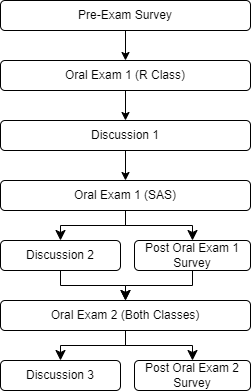
Above: Oral_Exam_Flow_Chart.drawio.png in mjferrell94/Oral-Exam-Project- (draw.io), before the change. Source tidied: cells renumbered, new cells last; positions are measured from the earlier drawing's top-left corner, leaving out a move shared by most shapes.
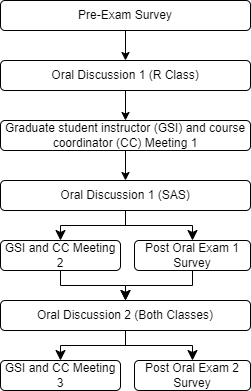
The same diagram one commit later.

Change to the diagram source:
```diff
@@ -5,25 +5,25 @@
     <mxCell id="2" value="Pre-Exam Survey" style="rounded=1;whiteSpace=wrap;html=1;" parent="1" vertex="1">
       <mxGeometry width="250" height="30" as="geometry" />
     </mxCell>
-    <mxCell id="3" value="Discussion 1" style="rounded=1;whiteSpace=wrap;html=1;" parent="1" vertex="1">
+    <mxCell id="3" value="Graduate student instructor (GSI) and course coordinator (CC) Meeting 1" style="rounded=1;whiteSpace=wrap;html=1;" parent="1" vertex="1">
       <mxGeometry y="120" width="250" height="30" as="geometry" />
     </mxCell>
-    <mxCell id="4" value="Oral Exam 1 (SAS)" style="rounded=1;whiteSpace=wrap;html=1;" parent="1" vertex="1">
+    <mxCell id="4" value="Oral Discussion 1 (SAS)" style="rounded=1;whiteSpace=wrap;html=1;" parent="1" vertex="1">
       <mxGeometry y="180" width="250" height="30" as="geometry" />
     </mxCell>
-    <mxCell id="5" value="Oral Exam 1 (R Class)" style="rounded=1;whiteSpace=wrap;html=1;" parent="1" vertex="1">
+    <mxCell id="5" value="Oral Discussion 1 (R Class)" style="rounded=1;whiteSpace=wrap;html=1;" parent="1" vertex="1">
       <mxGeometry y="60" width="250" height="30" as="geometry" />
     </mxCell>
     <mxCell id="6" value="Post Oral Exam 1 Survey" style="rounded=1;whiteSpace=wrap;html=1;" parent="1" vertex="1">
       <mxGeometry x="134" y="240" width="116" height="30" as="geometry" />
     </mxCell>
-    <mxCell id="7" value="Discussion 2" style="rounded=1;whiteSpace=wrap;html=1;" parent="1" vertex="1">
+    <mxCell id="7" value="&lt;font style=&quot;font-size: 12px;&quot;&gt;GSI and CC Meeting 2&lt;/font&gt;" style="rounded=1;whiteSpace=wrap;html=1;" parent="1" vertex="1">
       <mxGeometry y="240" width="120" height="30" as="geometry" />
     </mxCell>
-    <mxCell id="8" value="Oral Exam 2 (Both Classes)" style="rounded=1;whiteSpace=wrap;html=1;" parent="1" vertex="1">
+    <mxCell id="8" value="Oral Discussion 2 (Both Classes)" style="rounded=1;whiteSpace=wrap;html=1;" parent="1" vertex="1">
       <mxGeometry y="300" width="250" height="30" as="geometry" />
     </mxCell>
-    <mxCell id="9" value="Discussion 3" style="rounded=1;whiteSpace=wrap;html=1;" parent="1" vertex="1">
+    <mxCell id="9" value="GSI and CC Meeting 3" style="rounded=1;whiteSpace=wrap;html=1;" parent="1" vertex="1">
       <mxGeometry y="360" width="120" height="30" as="geometry" />
     </mxCell>
     <mxCell id="10" style="endArrow=classic;html=1;rounded=0;exitX=0.5;exitY=1;exitDx=0;exitDy=0;" parent="1" edge="1" source="2" target="5">
```
